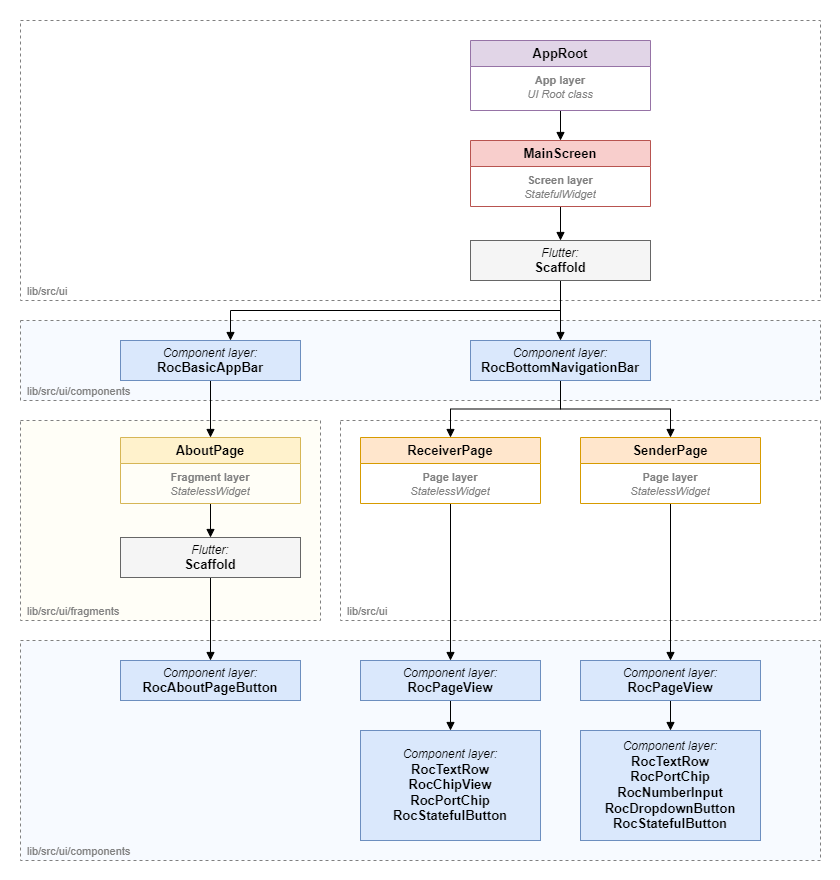
Above: docs/images/widget_tree.png in roc-streaming/roc-droid (draw.io), before the change. Source tidied: cells renumbered, new cells last; positions are measured from the earlier drawing's top-left corner, leaving out a move shared by most shapes.
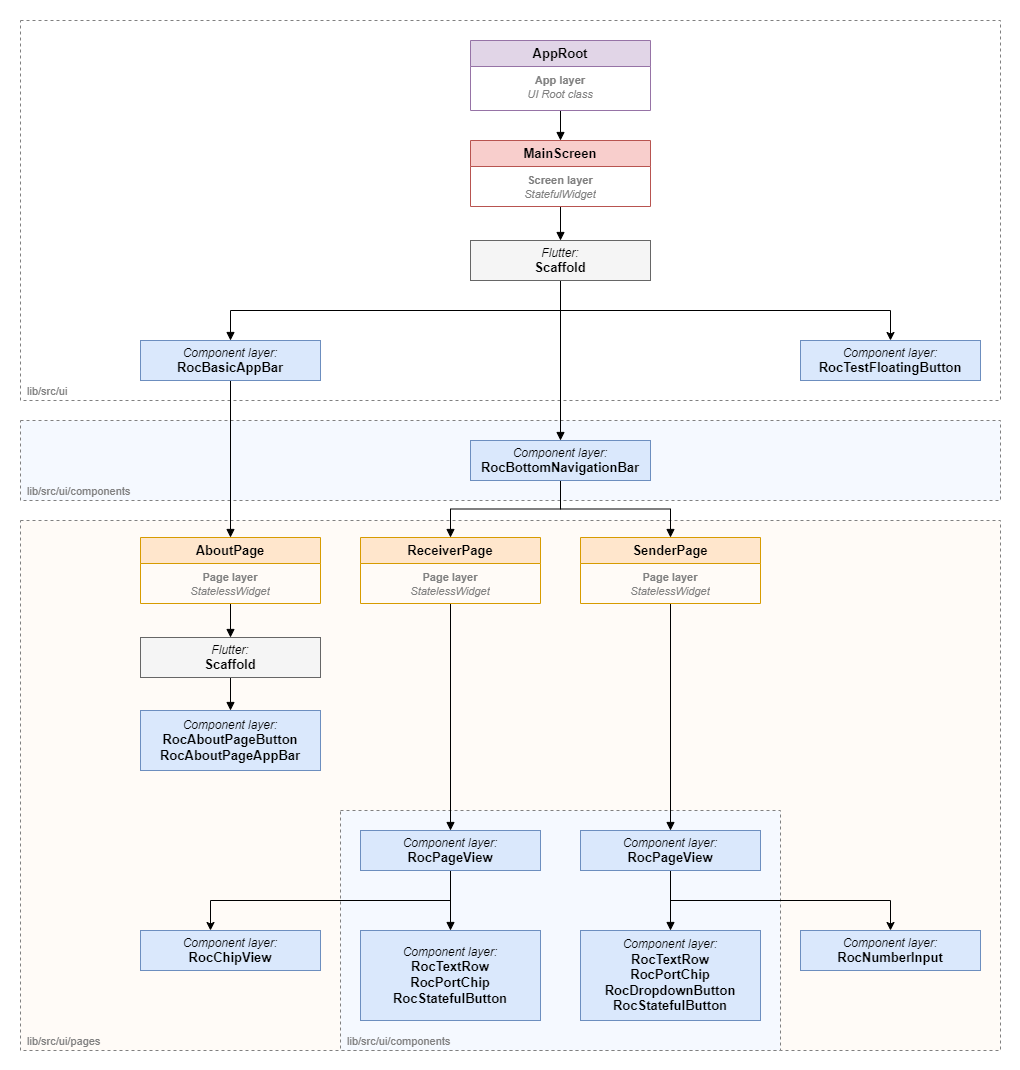
The same file after the commit.

What changed in the source:
```diff
@@ -3,22 +3,19 @@
     <mxCell id="0" />
     <mxCell id="1" parent="0" />
     <mxCell id="2" style="rounded=0;whiteSpace=wrap;html=1;fontFamily=Helvetica;fontSize=11;fontColor=default;labelBackgroundColor=default;strokeColor=none;fillColor=default;" parent="1" vertex="1">
-      <mxGeometry width="840" height="880" as="geometry" />
+      <mxGeometry width="1020" height="1070" as="geometry" />
     </mxCell>
-    <mxCell id="3" value="lib/src/ui/components" style="html=1;whiteSpace=wrap;fontFamily=Helvetica;fontSize=11;fontColor=#808080;labelBackgroundColor=none;fillColor=#F7FAFF;dashed=1;strokeWidth=1;strokeColor=#808080;align=left;verticalAlign=bottom;spacingLeft=5;" parent="1" vertex="1">
-      <mxGeometry x="20" y="640" width="800" height="220" as="geometry" />
-    </mxCell>
-    <mxCell id="4" value="lib/src/ui/components" style="html=1;whiteSpace=wrap;fontFamily=Helvetica;fontSize=11;fontColor=#808080;labelBackgroundColor=none;fillColor=#F7FAFF;dashed=1;strokeWidth=1;strokeColor=#808080;align=left;verticalAlign=bottom;spacingLeft=5;" parent="1" vertex="1">
-      <mxGeometry x="20" y="320" width="800" height="80" as="geometry" />
-    </mxCell>
-    <mxCell id="5" value="lib/src/ui" style="html=1;whiteSpace=wrap;fontFamily=Helvetica;fontSize=11;fontColor=#808080;labelBackgroundColor=none;fillColor=none;dashed=1;strokeWidth=1;strokeColor=#808080;align=left;verticalAlign=bottom;spacingLeft=5;" parent="1" vertex="1">
-      <mxGeometry x="340" y="420" width="480" height="200" as="geometry" />
-    </mxCell>
-    <mxCell id="6" value="lib/src/ui/fragments" style="html=1;whiteSpace=wrap;fontFamily=Helvetica;fontSize=11;fontColor=#808080;labelBackgroundColor=none;fillColor=#FFFEF7;dashed=1;strokeWidth=1;strokeColor=#808080;align=left;verticalAlign=bottom;spacingLeft=5;" parent="1" vertex="1">
-      <mxGeometry x="20" y="420" width="300" height="200" as="geometry" />
+    <mxCell id="6" value="lib/src/ui/pages" style="html=1;whiteSpace=wrap;fontFamily=Helvetica;fontSize=11;fontColor=#808080;labelBackgroundColor=none;fillColor=#FFFBF7;dashed=1;strokeWidth=1;strokeColor=#808080;align=left;verticalAlign=bottom;spacingLeft=5;" parent="1" vertex="1">
+      <mxGeometry x="20" y="520" width="980" height="530" as="geometry" />
     </mxCell>
+    <mxCell id="40" value="lib/src/ui/components" style="html=1;whiteSpace=wrap;fontFamily=Helvetica;fontSize=11;fontColor=#808080;labelBackgroundColor=none;fillColor=#F5F9FF;dashed=1;strokeWidth=1;strokeColor=#808080;align=left;verticalAlign=bottom;spacingLeft=5;" parent="1" vertex="1">
+      <mxGeometry x="340" y="810" width="440" height="240" as="geometry" />
+    </mxCell>
+    <mxCell id="41" value="lib/src/ui/components" style="html=1;whiteSpace=wrap;fontFamily=Helvetica;fontSize=11;fontColor=#808080;labelBackgroundColor=none;fillColor=#F5F9FF;dashed=1;strokeWidth=1;strokeColor=#808080;align=left;verticalAlign=bottom;spacingLeft=5;" parent="1" vertex="1">
+      <mxGeometry x="20" y="420" width="980" height="80" as="geometry" />
+    </mxCell>
     <mxCell id="7" value="lib/src/ui" style="html=1;whiteSpace=wrap;fontFamily=Helvetica;fontSize=11;fontColor=#808080;labelBackgroundColor=none;fillColor=none;dashed=1;strokeWidth=1;strokeColor=#808080;align=left;verticalAlign=bottom;spacingLeft=5;" parent="1" vertex="1">
-      <mxGeometry x="20" y="20" width="800" height="280" as="geometry" />
+      <mxGeometry x="20" y="20" width="980" height="380" as="geometry" />
     </mxCell>
     <mxCell id="8" style="edgeStyle=orthogonalEdgeStyle;shape=connector;rounded=0;jettySize=auto;html=1;strokeColor=default;align=center;verticalAlign=middle;fontFamily=Helvetica;fontSize=11;fontColor=default;labelBackgroundColor=default;endArrow=block;endFill=1;" parent="1" edge="1" source="9" target="13">
       <mxGeometry relative="1" as="geometry" />
@@ -40,6 +37,14 @@
         </Array>
       </mxGeometry>
     </mxCell>
+    <mxCell id="42" style="edgeStyle=orthogonalEdgeStyle;rounded=0;jettySize=auto;html=1;" parent="1" edge="1" source="13" target="45">
+      <mxGeometry relative="1" as="geometry">
+        <Array as="points">
+          <mxPoint x="560" y="310" />
+          <mxPoint x="890" y="310" />
+        </Array>
+      </mxGeometry>
+    </mxCell>
     <mxCell id="13" value="&lt;font color=&quot;#000000&quot; style=&quot;font-size: 12px;&quot;&gt;&lt;i&gt;Flutter:&lt;/i&gt;&lt;/font&gt;&lt;div&gt;&lt;font color=&quot;#000000&quot; style=&quot;font-size: 13px;&quot;&gt;&lt;b&gt;Scaffold&lt;/b&gt;&lt;/font&gt;&lt;/div&gt;" style="whiteSpace=wrap;html=1;align=center;fillColor=#f5f5f5;fontColor=#333333;strokeColor=#666666;" parent="1" vertex="1">
       <mxGeometry x="470" y="240" width="180" height="40" as="geometry" />
     </mxCell>
@@ -59,13 +64,13 @@
       <mxGeometry relative="1" as="geometry" />
     </mxCell>
     <mxCell id="19" value="&lt;font color=&quot;#000000&quot; style=&quot;font-size: 12px;&quot;&gt;&lt;i&gt;Component layer:&lt;/i&gt;&lt;/font&gt;&lt;div&gt;&lt;font color=&quot;#000000&quot;&gt;&lt;span style=&quot;font-size: 13px;&quot;&gt;&lt;b&gt;RocBottomNavigationBar&lt;/b&gt;&lt;/span&gt;&lt;/font&gt;&lt;/div&gt;" style="whiteSpace=wrap;html=1;align=center;fillColor=#dae8fc;strokeColor=#6c8ebf;" parent="1" vertex="1">
-      <mxGeometry x="470" y="340" width="180" height="40" as="geometry" />
+      <mxGeometry x="470" y="440" width="180" height="40" as="geometry" />
     </mxCell>
     <mxCell id="20" style="edgeStyle=orthogonalEdgeStyle;shape=connector;rounded=0;jettySize=auto;html=1;strokeColor=default;align=center;verticalAlign=middle;fontFamily=Helvetica;fontSize=11;fontColor=default;labelBackgroundColor=default;endArrow=block;endFill=1;" parent="1" edge="1" source="21" target="32">
       <mxGeometry relative="1" as="geometry" />
     </mxCell>
     <mxCell id="21" value="&lt;b&gt;&lt;font style=&quot;font-size: 13px;&quot;&gt;ReceiverPage&lt;/font&gt;&lt;/b&gt;" style="swimlane;fontStyle=0;horizontal=1;startSize=26;fillColor=#ffe6cc;whiteSpace=wrap;html=1;strokeColor=#d79b00;" parent="1" vertex="1">
-      <mxGeometry x="360" y="437" width="180" height="66" as="geometry" />
+      <mxGeometry x="360" y="537" width="180" height="66" as="geometry" />
     </mxCell>
     <mxCell id="22" value="&lt;div&gt;&lt;font color=&quot;#808080&quot;&gt;&lt;span style=&quot;font-size: 11px;&quot;&gt;&lt;b&gt;Page l&lt;/b&gt;&lt;/span&gt;&lt;/font&gt;&lt;b style=&quot;background-color: initial; color: rgb(128, 128, 128); font-size: 11px;&quot;&gt;ayer&lt;/b&gt;&lt;/div&gt;&lt;i style=&quot;color: rgb(51, 51, 51);&quot;&gt;&lt;font style=&quot;font-size: 11px;&quot; color=&quot;#808080&quot;&gt;StatelessWidget&lt;/font&gt;&lt;/i&gt;" style="text;strokeColor=none;fillColor=none;align=center;verticalAlign=top;spacingLeft=4;spacingRight=4;overflow=hidden;whiteSpace=wrap;html=1;" parent="21" vertex="1">
       <mxGeometry y="26" width="180" height="40" as="geometry" />
@@ -74,7 +79,7 @@
       <mxGeometry relative="1" as="geometry" />
     </mxCell>
     <mxCell id="24" value="&lt;b&gt;&lt;font style=&quot;font-size: 13px;&quot;&gt;SenderPage&lt;/font&gt;&lt;/b&gt;" style="swimlane;fontStyle=0;horizontal=1;startSize=26;fillColor=#ffe6cc;whiteSpace=wrap;html=1;strokeColor=#d79b00;" parent="1" vertex="1">
-      <mxGeometry x="580" y="437" width="180" height="66" as="geometry" />
+      <mxGeometry x="580" y="537" width="180" height="66" as="geometry" />
     </mxCell>
     <mxCell id="25" value="&lt;div&gt;&lt;font color=&quot;#808080&quot;&gt;&lt;span style=&quot;font-size: 11px;&quot;&gt;&lt;b&gt;Page l&lt;/b&gt;&lt;/span&gt;&lt;/font&gt;&lt;b style=&quot;background-color: initial; color: rgb(128, 128, 128); font-size: 11px;&quot;&gt;ayer&lt;/b&gt;&lt;/div&gt;&lt;i style=&quot;color: rgb(51, 51, 51);&quot;&gt;&lt;font style=&quot;font-size: 11px;&quot; color=&quot;#808080&quot;&gt;StatelessWidget&lt;/font&gt;&lt;/i&gt;" style="text;strokeColor=none;fillColor=none;align=center;verticalAlign=top;spacingLeft=4;spacingRight=4;overflow=hidden;whiteSpace=wrap;html=1;" parent="24" vertex="1">
       <mxGeometry y="26" width="180" height="40" as="geometry" />
@@ -82,44 +87,69 @@
     <mxCell id="26" style="edgeStyle=orthogonalEdgeStyle;shape=connector;rounded=0;jettySize=auto;html=1;strokeColor=default;align=center;verticalAlign=middle;fontFamily=Helvetica;fontSize=11;fontColor=default;labelBackgroundColor=default;endArrow=block;endFill=1;" parent="1" edge="1" source="27" target="39">
       <mxGeometry relative="1" as="geometry" />
     </mxCell>
-    <mxCell id="27" value="&lt;b&gt;&lt;font style=&quot;font-size: 13px;&quot;&gt;AboutPage&lt;/font&gt;&lt;/b&gt;" style="swimlane;fontStyle=0;horizontal=1;startSize=26;fillColor=#fff2cc;whiteSpace=wrap;html=1;strokeColor=#d6b656;" parent="1" vertex="1">
-      <mxGeometry x="120" y="437" width="180" height="66" as="geometry" />
+    <mxCell id="27" value="&lt;b&gt;&lt;font style=&quot;font-size: 13px;&quot;&gt;AboutPage&lt;/font&gt;&lt;/b&gt;" style="swimlane;fontStyle=0;horizontal=1;startSize=26;fillColor=#ffe6cc;whiteSpace=wrap;html=1;strokeColor=#d79b00;" parent="1" vertex="1">
+      <mxGeometry x="140" y="537" width="180" height="66" as="geometry" />
     </mxCell>
-    <mxCell id="28" value="&lt;div&gt;&lt;font color=&quot;#808080&quot;&gt;&lt;span style=&quot;font-size: 11px;&quot;&gt;&lt;b&gt;Fragment l&lt;/b&gt;&lt;/span&gt;&lt;/font&gt;&lt;b style=&quot;background-color: initial; color: rgb(128, 128, 128); font-size: 11px;&quot;&gt;ayer&lt;/b&gt;&lt;/div&gt;&lt;i style=&quot;color: rgb(51, 51, 51);&quot;&gt;&lt;font style=&quot;font-size: 11px;&quot; color=&quot;#808080&quot;&gt;StatelessWidget&lt;/font&gt;&lt;/i&gt;" style="text;strokeColor=none;fillColor=none;align=center;verticalAlign=top;spacingLeft=4;spacingRight=4;overflow=hidden;whiteSpace=wrap;html=1;" parent="27" vertex="1">
+    <mxCell id="28" value="&lt;div&gt;&lt;font color=&quot;#808080&quot;&gt;&lt;span style=&quot;font-size: 11px;&quot;&gt;&lt;b&gt;Page l&lt;/b&gt;&lt;/span&gt;&lt;/font&gt;&lt;b style=&quot;background-color: initial; color: rgb(128, 128, 128); font-size: 11px;&quot;&gt;ayer&lt;/b&gt;&lt;/div&gt;&lt;i style=&quot;color: rgb(51, 51, 51);&quot;&gt;&lt;font style=&quot;font-size: 11px;&quot; color=&quot;#808080&quot;&gt;StatelessWidget&lt;/font&gt;&lt;/i&gt;" style="text;strokeColor=none;fillColor=none;align=center;verticalAlign=top;spacingLeft=4;spacingRight=4;overflow=hidden;whiteSpace=wrap;html=1;" parent="27" vertex="1">
       <mxGeometry y="26" width="180" height="40" as="geometry" />
     </mxCell>
     <mxCell id="29" style="edgeStyle=orthogonalEdgeStyle;shape=connector;rounded=0;jettySize=auto;html=1;strokeColor=default;align=center;verticalAlign=middle;fontFamily=Helvetica;fontSize=11;fontColor=default;labelBackgroundColor=default;endArrow=block;endFill=1;" parent="1" edge="1" source="30" target="27">
       <mxGeometry relative="1" as="geometry" />
     </mxCell>
     <mxCell id="30" value="&lt;font color=&quot;#000000&quot; style=&quot;font-size: 12px;&quot;&gt;&lt;i&gt;Component layer:&lt;/i&gt;&lt;/font&gt;&lt;div&gt;&lt;font color=&quot;#000000&quot;&gt;&lt;span style=&quot;font-size: 13px;&quot;&gt;&lt;b&gt;RocBasicAppBar&lt;/b&gt;&lt;/span&gt;&lt;/font&gt;&lt;/div&gt;" style="whiteSpace=wrap;html=1;align=center;fillColor=#dae8fc;strokeColor=#6c8ebf;" parent="1" vertex="1">
-      <mxGeometry x="120" y="340" width="180" height="40" as="geometry" />
+      <mxGeometry x="140" y="340" width="180" height="40" as="geometry" />
     </mxCell>
     <mxCell id="31" style="edgeStyle=orthogonalEdgeStyle;shape=connector;rounded=0;jettySize=auto;html=1;strokeColor=default;align=center;verticalAlign=middle;fontFamily=Helvetica;fontSize=11;fontColor=default;labelBackgroundColor=default;endArrow=block;endFill=1;" parent="1" edge="1" source="32" target="35">
       <mxGeometry relative="1" as="geometry" />
     </mxCell>
+    <mxCell id="43" style="edgeStyle=orthogonalEdgeStyle;rounded=0;jettySize=auto;html=1;" parent="1" edge="1" source="32" target="46">
+      <mxGeometry relative="1" as="geometry">
+        <Array as="points">
+          <mxPoint x="450" y="900" />
+          <mxPoint x="210" y="900" />
+        </Array>
+      </mxGeometry>
+    </mxCell>
     <mxCell id="32" value="&lt;font color=&quot;#000000&quot; style=&quot;font-size: 12px;&quot;&gt;&lt;i&gt;Component layer:&lt;/i&gt;&lt;/font&gt;&lt;div&gt;&lt;font color=&quot;#000000&quot;&gt;&lt;span style=&quot;font-size: 13px;&quot;&gt;&lt;b&gt;RocPageView&lt;/b&gt;&lt;/span&gt;&lt;/font&gt;&lt;/div&gt;" style="whiteSpace=wrap;html=1;align=center;fillColor=#dae8fc;strokeColor=#6c8ebf;" parent="1" vertex="1">
-      <mxGeometry x="360" y="660" width="180" height="40" as="geometry" />
+      <mxGeometry x="360" y="830" width="180" height="40" as="geometry" />
     </mxCell>
     <mxCell id="33" style="edgeStyle=orthogonalEdgeStyle;shape=connector;rounded=0;jettySize=auto;html=1;strokeColor=default;align=center;verticalAlign=middle;fontFamily=Helvetica;fontSize=11;fontColor=default;labelBackgroundColor=default;endArrow=block;endFill=1;" parent="1" edge="1" source="34" target="36">
       <mxGeometry relative="1" as="geometry" />
     </mxCell>
+    <mxCell id="44" style="edgeStyle=orthogonalEdgeStyle;rounded=0;jettySize=auto;html=1;" parent="1" edge="1" source="34" target="47">
+      <mxGeometry relative="1" as="geometry">
+        <Array as="points">
+          <mxPoint x="670" y="900" />
+          <mxPoint x="890" y="900" />
+        </Array>
+      </mxGeometry>
+    </mxCell>
     <mxCell id="34" value="&lt;font color=&quot;#000000&quot; style=&quot;font-size: 12px;&quot;&gt;&lt;i&gt;Component layer:&lt;/i&gt;&lt;/font&gt;&lt;div&gt;&lt;font color=&quot;#000000&quot;&gt;&lt;span style=&quot;font-size: 13px;&quot;&gt;&lt;b&gt;RocPageView&lt;/b&gt;&lt;/span&gt;&lt;/font&gt;&lt;/div&gt;" style="whiteSpace=wrap;html=1;align=center;fillColor=#dae8fc;strokeColor=#6c8ebf;" parent="1" vertex="1">
-      <mxGeometry x="580" y="660" width="180" height="40" as="geometry" />
+      <mxGeometry x="580" y="830" width="180" height="40" as="geometry" />
     </mxCell>
-    <mxCell id="35" value="&lt;font color=&quot;#000000&quot; style=&quot;font-size: 12px;&quot;&gt;&lt;i&gt;Component layer:&lt;/i&gt;&lt;/font&gt;&lt;div&gt;&lt;b&gt;&lt;font style=&quot;font-size: 13px;&quot;&gt;RocTextRow&lt;/font&gt;&lt;/b&gt;&lt;/div&gt;&lt;div&gt;&lt;span style=&quot;font-size: 13px;&quot;&gt;&lt;b&gt;RocChipView&lt;/b&gt;&lt;/span&gt;&lt;/div&gt;&lt;div&gt;&lt;span style=&quot;font-size: 13px;&quot;&gt;&lt;b&gt;RocPortChip&lt;br&gt;&lt;/b&gt;&lt;/span&gt;&lt;div&gt;&lt;font color=&quot;#000000&quot;&gt;&lt;span style=&quot;font-size: 13px;&quot;&gt;&lt;b&gt;RocStatefulButton&lt;/b&gt;&lt;/span&gt;&lt;/font&gt;&lt;/div&gt;&lt;/div&gt;" style="whiteSpace=wrap;html=1;align=center;fillColor=#dae8fc;strokeColor=#6c8ebf;" parent="1" vertex="1">
-      <mxGeometry x="360" y="730" width="180" height="110" as="geometry" />
+    <mxCell id="35" value="&lt;font color=&quot;#000000&quot; style=&quot;font-size: 12px;&quot;&gt;&lt;i&gt;Component layer:&lt;/i&gt;&lt;/font&gt;&lt;div&gt;&lt;b&gt;&lt;font style=&quot;font-size: 13px;&quot;&gt;RocTextRow&lt;/font&gt;&lt;/b&gt;&lt;/div&gt;&lt;div&gt;&lt;span style=&quot;font-size: 13px;&quot;&gt;&lt;b&gt;RocPortChip&lt;br&gt;&lt;/b&gt;&lt;/span&gt;&lt;div&gt;&lt;font color=&quot;#000000&quot;&gt;&lt;span style=&quot;font-size: 13px;&quot;&gt;&lt;b&gt;RocStatefulButton&lt;/b&gt;&lt;/span&gt;&lt;/font&gt;&lt;/div&gt;&lt;/div&gt;" style="whiteSpace=wrap;html=1;align=center;fillColor=#dae8fc;strokeColor=#6c8ebf;" parent="1" vertex="1">
+      <mxGeometry x="360" y="930" width="180" height="90" as="geometry" />
     </mxCell>
-    <mxCell id="36" value="&lt;font color=&quot;#000000&quot;&gt;&lt;i&gt;Component layer:&lt;/i&gt;&lt;/font&gt;&lt;div&gt;&lt;b&gt;&lt;font style=&quot;font-size: 13px;&quot;&gt;RocTextRow&lt;/font&gt;&lt;/b&gt;&lt;/div&gt;&lt;div&gt;&lt;span style=&quot;font-size: 13px;&quot;&gt;&lt;b&gt;RocPortChip&lt;/b&gt;&lt;/span&gt;&lt;/div&gt;&lt;div&gt;&lt;span style=&quot;font-size: 13px;&quot;&gt;&lt;b&gt;RocNumberInput&lt;/b&gt;&lt;/span&gt;&lt;/div&gt;&lt;div&gt;&lt;span style=&quot;font-size: 13px;&quot;&gt;&lt;b&gt;RocDropdownButton&lt;br&gt;&lt;/b&gt;&lt;/span&gt;&lt;div&gt;&lt;font color=&quot;#000000&quot;&gt;&lt;span style=&quot;font-size: 13px;&quot;&gt;&lt;b&gt;RocStatefulButton&lt;/b&gt;&lt;/span&gt;&lt;/font&gt;&lt;/div&gt;&lt;/div&gt;" style="whiteSpace=wrap;html=1;align=center;fillColor=#dae8fc;strokeColor=#6c8ebf;" parent="1" vertex="1">
-      <mxGeometry x="580" y="730" width="180" height="110" as="geometry" />
+    <mxCell id="36" value="&lt;font color=&quot;#000000&quot;&gt;&lt;i&gt;Component layer:&lt;/i&gt;&lt;/font&gt;&lt;div&gt;&lt;b&gt;&lt;font style=&quot;font-size: 13px;&quot;&gt;RocTextRow&lt;/font&gt;&lt;/b&gt;&lt;/div&gt;&lt;div&gt;&lt;span style=&quot;font-size: 13px;&quot;&gt;&lt;b&gt;RocPortChip&lt;/b&gt;&lt;/span&gt;&lt;/div&gt;&lt;div&gt;&lt;span style=&quot;font-size: 13px;&quot;&gt;&lt;b&gt;RocDropdownButton&lt;br&gt;&lt;/b&gt;&lt;/span&gt;&lt;div&gt;&lt;font color=&quot;#000000&quot;&gt;&lt;span style=&quot;font-size: 13px;&quot;&gt;&lt;b&gt;RocStatefulButton&lt;/b&gt;&lt;/span&gt;&lt;/font&gt;&lt;/div&gt;&lt;/div&gt;" style="whiteSpace=wrap;html=1;align=center;fillColor=#dae8fc;strokeColor=#6c8ebf;" parent="1" vertex="1">
+      <mxGeometry x="580" y="930" width="180" height="90" as="geometry" />
     </mxCell>
-    <mxCell id="37" value="&lt;font color=&quot;#000000&quot; style=&quot;font-size: 12px;&quot;&gt;&lt;i&gt;Component layer:&lt;/i&gt;&lt;/font&gt;&lt;div&gt;&lt;font color=&quot;#000000&quot;&gt;&lt;span style=&quot;font-size: 13px;&quot;&gt;&lt;b&gt;RocAboutPageButton&lt;/b&gt;&lt;/span&gt;&lt;/font&gt;&lt;/div&gt;" style="whiteSpace=wrap;html=1;align=center;fillColor=#dae8fc;strokeColor=#6c8ebf;" parent="1" vertex="1">
-      <mxGeometry x="120" y="660" width="180" height="40" as="geometry" />
+    <mxCell id="37" value="&lt;font color=&quot;#000000&quot; style=&quot;font-size: 12px;&quot;&gt;&lt;i&gt;Component layer:&lt;/i&gt;&lt;/font&gt;&lt;div&gt;&lt;font color=&quot;#000000&quot;&gt;&lt;span style=&quot;font-size: 13px;&quot;&gt;&lt;b&gt;RocAboutPageButton&lt;/b&gt;&lt;/span&gt;&lt;/font&gt;&lt;/div&gt;&lt;div&gt;&lt;font color=&quot;#000000&quot;&gt;&lt;span style=&quot;font-size: 13px;&quot;&gt;&lt;b&gt;RocAboutPageAppBar&lt;/b&gt;&lt;/span&gt;&lt;/font&gt;&lt;/div&gt;" style="whiteSpace=wrap;html=1;align=center;fillColor=#dae8fc;strokeColor=#6c8ebf;" parent="1" vertex="1">
+      <mxGeometry x="140" y="710" width="180" height="60" as="geometry" />
     </mxCell>
     <mxCell id="38" style="edgeStyle=orthogonalEdgeStyle;shape=connector;rounded=0;jettySize=auto;html=1;strokeColor=default;align=center;verticalAlign=middle;fontFamily=Helvetica;fontSize=11;fontColor=default;labelBackgroundColor=default;endArrow=block;endFill=1;" parent="1" edge="1" source="39" target="37">
       <mxGeometry relative="1" as="geometry" />
     </mxCell>
     <mxCell id="39" value="&lt;font color=&quot;#000000&quot; style=&quot;font-size: 12px;&quot;&gt;&lt;i&gt;Flutter:&lt;/i&gt;&lt;/font&gt;&lt;div&gt;&lt;font color=&quot;#000000&quot; style=&quot;font-size: 13px;&quot;&gt;&lt;b&gt;Scaffold&lt;/b&gt;&lt;/font&gt;&lt;/div&gt;" style="whiteSpace=wrap;html=1;align=center;fillColor=#f5f5f5;fontColor=#333333;strokeColor=#666666;" parent="1" vertex="1">
-      <mxGeometry x="120" y="537" width="180" height="40" as="geometry" />
+      <mxGeometry x="140" y="637" width="180" height="40" as="geometry" />
     </mxCell>
+    <mxCell id="45" value="&lt;font color=&quot;#000000&quot; style=&quot;font-size: 12px;&quot;&gt;&lt;i&gt;Component layer:&lt;/i&gt;&lt;/font&gt;&lt;div&gt;&lt;font color=&quot;#000000&quot;&gt;&lt;span style=&quot;font-size: 13px;&quot;&gt;&lt;b&gt;RocTestFloatingButton&lt;/b&gt;&lt;/span&gt;&lt;/font&gt;&lt;/div&gt;" style="whiteSpace=wrap;html=1;align=center;fillColor=#dae8fc;strokeColor=#6c8ebf;" parent="1" vertex="1">
+      <mxGeometry x="800" y="340" width="180" height="40" as="geometry" />
+    </mxCell>
+    <mxCell id="46" value="&lt;font color=&quot;#000000&quot; style=&quot;font-size: 12px;&quot;&gt;&lt;i&gt;Component layer:&lt;/i&gt;&lt;/font&gt;&lt;div&gt;&lt;b&gt;&lt;font style=&quot;font-size: 13px;&quot;&gt;RocChipView&lt;/font&gt;&lt;/b&gt;&lt;/div&gt;" style="whiteSpace=wrap;html=1;align=center;fillColor=#dae8fc;strokeColor=#6c8ebf;" parent="1" vertex="1">
+      <mxGeometry x="140" y="930" width="180" height="40" as="geometry" />
+    </mxCell>
+    <mxCell id="47" value="&lt;font color=&quot;#000000&quot; style=&quot;font-size: 12px;&quot;&gt;&lt;i&gt;Component layer:&lt;/i&gt;&lt;/font&gt;&lt;div&gt;&lt;b&gt;&lt;font style=&quot;font-size: 13px;&quot;&gt;RocNumberInput&lt;/font&gt;&lt;/b&gt;&lt;/div&gt;" style="whiteSpace=wrap;html=1;align=center;fillColor=#dae8fc;strokeColor=#6c8ebf;" parent="1" vertex="1">
+      <mxGeometry x="800" y="930" width="180" height="40" as="geometry" />
+    </mxCell>
   </root>
 </mxGraphModel>
```
